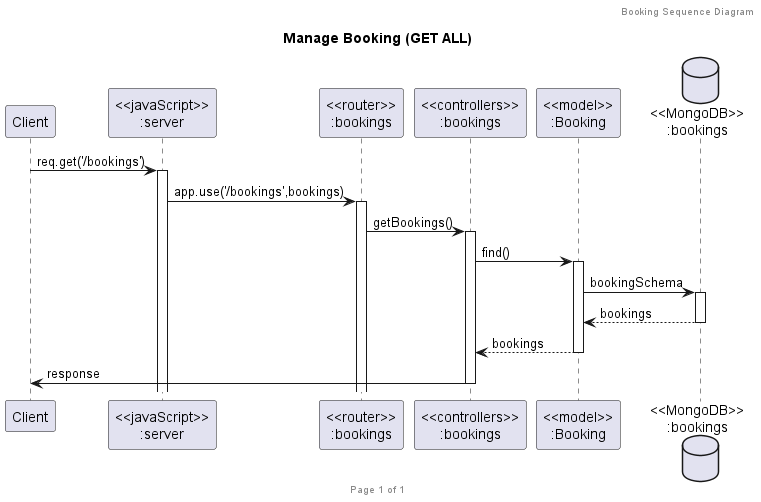
The PlantUML diagram presentation/Sequence_Diagram/Bookings/Manage Booking (GET ALL).png in 2110503TACEDT66/presentation-day-1-i-am-the-bone-of-my-sources, before a commit.
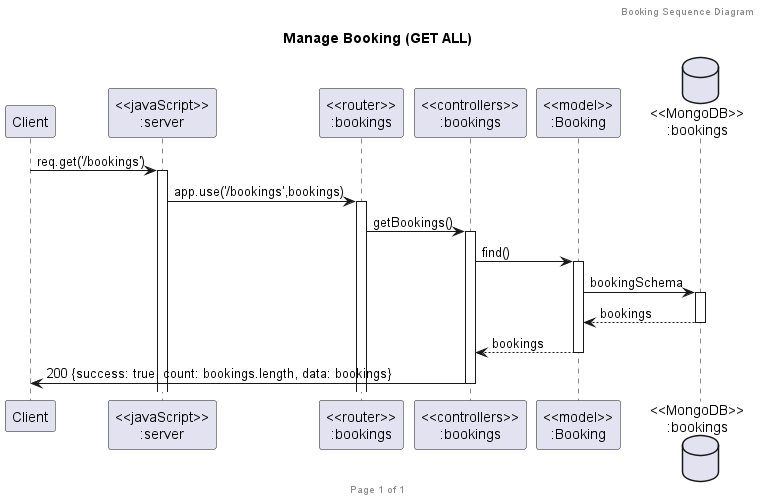
After the commit.

Commit message:
Edit Bookings sequence diagram (Add Alt method)

Diff of the diagram source:
```diff
@@ -18,6 +18,6 @@
 modelBooking ->BookingsDatabase ++: bookingSchema
 BookingsDatabase --> modelBooking --: bookings
 controllersBookings <-- modelBooking --:bookings
-controllersBookings->client --:response
+controllersBookings->client --:200 {success: true, count: bookings.length, data: bookings}
 
 @enduml
```
